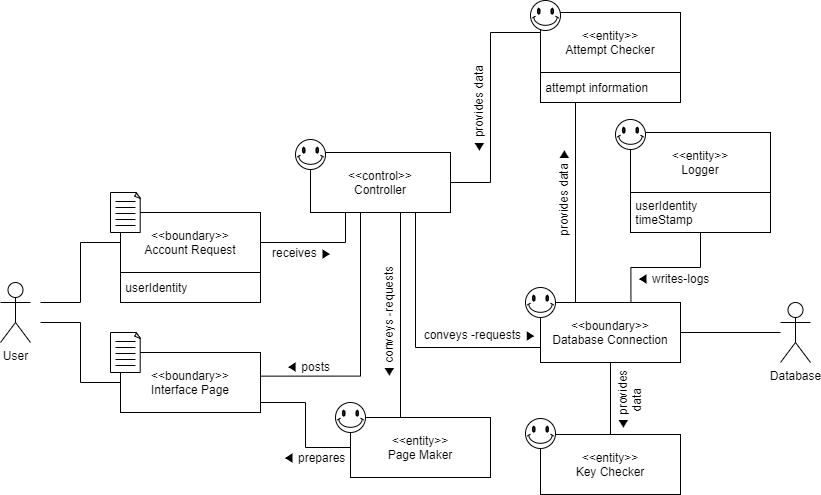
This is docs/DomainModels/diagrams/DM-UC-01.png from youngkwon02/Enhanced-library-management, a draw.io export, as it was before one commit. Source tidied: cells renumbered, new cells last; positions are measured from the earlier drawing's top-left corner, leaving out a move shared by most shapes.
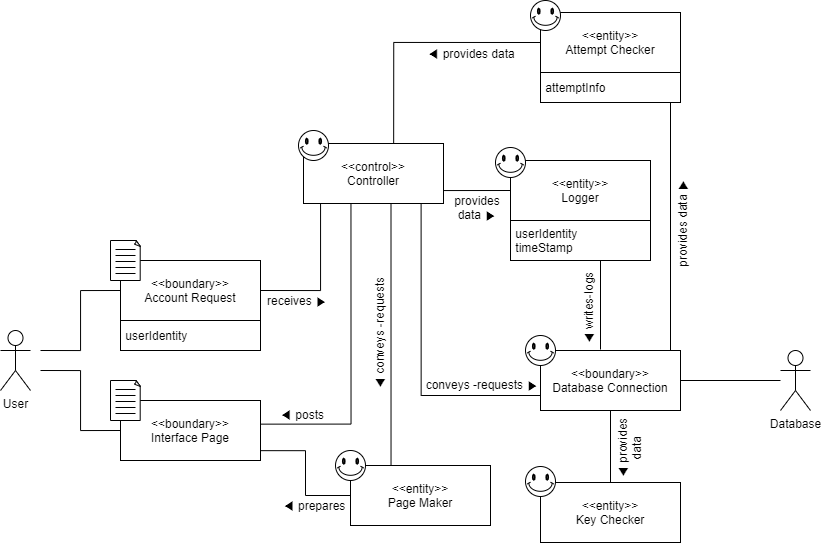
Later version of the same file.

Change to the diagram source:
```diff
@@ -5,36 +5,37 @@
     <mxCell id="2" value="Database" style="shape=umlActor;verticalLabelPosition=bottom;verticalAlign=top;html=1;outlineConnect=0;" parent="1" vertex="1">
       <mxGeometry x="780" y="302" width="30" height="60" as="geometry" />
     </mxCell>
-    <mxCell id="3" style="edgeStyle=orthogonalEdgeStyle;rounded=0;jettySize=auto;html=1;exitX=1;exitY=0.5;exitDx=0;exitDy=0;entryX=0;entryY=0.5;entryDx=0;entryDy=0;startArrow=none;startFill=0;endArrow=none;endFill=0;" parent="1" edge="1" source="7" target="20">
-      <mxGeometry relative="1" as="geometry">
-        <Array as="points">
-          <mxPoint x="490" y="182" />
-          <mxPoint x="490" y="32" />
-          <mxPoint x="540" y="32" />
-        </Array>
-      </mxGeometry>
-    </mxCell>
-    <mxCell id="4" style="edgeStyle=orthogonalEdgeStyle;rounded=0;jettySize=auto;html=1;exitX=0.75;exitY=1;exitDx=0;exitDy=0;entryX=0;entryY=0.75;entryDx=0;entryDy=0;startArrow=none;startFill=0;endArrow=none;endFill=0;" parent="1" edge="1" source="7" target="16">
-      <mxGeometry relative="1" as="geometry" />
+    <mxCell id="4" style="edgeStyle=orthogonalEdgeStyle;rounded=0;jettySize=auto;html=1;exitX=0.84;exitY=0.995;exitDx=0;exitDy=0;entryX=0;entryY=0.75;entryDx=0;entryDy=0;startArrow=none;startFill=0;endArrow=none;endFill=0;exitPerimeter=0;" parent="1" edge="1" source="7" target="16">
+      <mxGeometry relative="1" as="geometry">
+        <Array as="points">
+          <mxPoint x="421" y="347" />
+        </Array>
+      </mxGeometry>
     </mxCell>
-    <mxCell id="5" style="edgeStyle=orthogonalEdgeStyle;rounded=0;jettySize=auto;html=1;exitX=0.5;exitY=1;exitDx=0;exitDy=0;entryX=0.22;entryY=0.028;entryDx=0;entryDy=0;entryPerimeter=0;startArrow=none;startFill=0;endArrow=none;endFill=0;" parent="1" edge="1" source="7" target="8">
+    <mxCell id="5" style="edgeStyle=orthogonalEdgeStyle;rounded=0;jettySize=auto;html=1;exitX=0.625;exitY=1.002;exitDx=0;exitDy=0;entryX=0.287;entryY=0.008;entryDx=0;entryDy=0;entryPerimeter=0;startArrow=none;startFill=0;endArrow=none;endFill=0;exitPerimeter=0;" parent="1" edge="1" source="7" target="8">
       <mxGeometry relative="1" as="geometry">
         <Array as="points">
-          <mxPoint x="400" y="212" />
-          <mxPoint x="400" y="419" />
+          <mxPoint x="391" y="419" />
+          <mxPoint x="390" y="419" />
         </Array>
       </mxGeometry>
     </mxCell>
-    <mxCell id="6" style="edgeStyle=orthogonalEdgeStyle;rounded=0;jettySize=auto;html=1;exitX=0.5;exitY=1;exitDx=0;exitDy=0;entryX=1.003;entryY=0.394;entryDx=0;entryDy=0;entryPerimeter=0;startArrow=none;startFill=0;endArrow=none;endFill=0;" parent="1" edge="1" source="7" target="13">
+    <mxCell id="6" style="edgeStyle=orthogonalEdgeStyle;rounded=0;jettySize=auto;html=1;exitX=0.339;exitY=1.014;exitDx=0;exitDy=0;entryX=1.003;entryY=0.394;entryDx=0;entryDy=0;entryPerimeter=0;startArrow=none;startFill=0;endArrow=none;endFill=0;exitPerimeter=0;" parent="1" edge="1" source="7" target="13">
       <mxGeometry relative="1" as="geometry">
         <Array as="points">
-          <mxPoint x="360" y="212" />
-          <mxPoint x="360" y="376" />
+          <mxPoint x="351" y="376" />
         </Array>
       </mxGeometry>
     </mxCell>
+    <mxCell id="61" style="edgeStyle=orthogonalEdgeStyle;rounded=0;jettySize=auto;html=1;exitX=1;exitY=0.75;exitDx=0;exitDy=0;startArrow=none;startFill=0;endArrow=none;endFill=0;entryX=0;entryY=0.5;entryDx=0;entryDy=0;" parent="1" edge="1" source="7" target="23">
+      <mxGeometry relative="1" as="geometry">
+        <Array as="points">
+          <mxPoint x="443" y="142" />
+        </Array>
+      </mxGeometry>
+    </mxCell>
     <mxCell id="7" value="&amp;lt;&amp;lt;control&amp;gt;&amp;gt;&lt;br&gt;Controller" style="rounded=0;whiteSpace=wrap;html=1;" parent="1" vertex="1">
-      <mxGeometry x="310" y="152" width="140" height="60" as="geometry" />
+      <mxGeometry x="303" y="95" width="140" height="60" as="geometry" />
     </mxCell>
     <mxCell id="8" value="&amp;lt;&amp;lt;entity&amp;gt;&amp;gt;&lt;br&gt;Page Maker" style="rounded=0;whiteSpace=wrap;html=1;" parent="1" vertex="1">
       <mxGeometry x="350" y="417" width="140" height="60" as="geometry" />
@@ -51,20 +52,18 @@
         <mxPoint x="45" y="77" as="targetPoint" />
       </mxGeometry>
     </mxCell>
-    <mxCell id="11" style="edgeStyle=orthogonalEdgeStyle;rounded=0;jettySize=auto;html=1;exitX=1;exitY=0.5;exitDx=0;exitDy=0;entryX=0;entryY=0.5;entryDx=0;entryDy=0;startArrow=none;startFill=0;endArrow=none;endFill=0;" parent="1" edge="1" source="13" target="8">
+    <mxCell id="11" style="edgeStyle=orthogonalEdgeStyle;rounded=0;jettySize=auto;html=1;exitX=0.997;exitY=0.836;exitDx=0;exitDy=0;entryX=0;entryY=0.5;entryDx=0;entryDy=0;startArrow=none;startFill=0;endArrow=none;endFill=0;exitPerimeter=0;" parent="1" edge="1" source="13" target="8">
       <mxGeometry relative="1" as="geometry">
         <Array as="points">
-          <mxPoint x="260" y="402" />
           <mxPoint x="305" y="402" />
           <mxPoint x="305" y="447" />
         </Array>
       </mxGeometry>
     </mxCell>
-    <mxCell id="12" style="edgeStyle=orthogonalEdgeStyle;rounded=0;jettySize=auto;html=1;exitX=0;exitY=0.25;exitDx=0;exitDy=0;startArrow=none;startFill=0;endArrow=none;endFill=0;" parent="1" edge="1" source="13">
+    <mxCell id="12" style="edgeStyle=orthogonalEdgeStyle;rounded=0;jettySize=auto;html=1;exitX=0;exitY=0.5;exitDx=0;exitDy=0;startArrow=none;startFill=0;endArrow=none;endFill=0;" parent="1" edge="1" source="13">
       <mxGeometry relative="1" as="geometry">
         <mxPoint x="40" y="322" as="targetPoint" />
         <Array as="points">
-          <mxPoint x="120" y="382" />
           <mxPoint x="80" y="382" />
           <mxPoint x="80" y="322" />
         </Array>
@@ -89,16 +88,16 @@
       <mxGeometry y="282" width="30" height="60" as="geometry" />
     </mxCell>
     <mxCell id="19" style="group;" parent="1" vertex="1">
-      <mxGeometry x="540" y="12" width="140" height="90" as="geometry" />
+      <mxGeometry x="540" y="-36" width="140" height="90" as="geometry" />
     </mxCell>
     <mxCell id="20" value="&amp;lt;&amp;lt;entity&amp;gt;&amp;gt;&lt;br&gt;Attempt Checker" style="rounded=0;whiteSpace=wrap;html=1;" parent="19" vertex="1">
       <mxGeometry width="140" height="60" as="geometry" />
     </mxCell>
-    <mxCell id="21" value="&amp;nbsp;attempt information" style="rounded=0;whiteSpace=wrap;html=1;align=left;" parent="19" vertex="1">
+    <mxCell id="21" value="&amp;nbsp;attemptInfo" style="rounded=0;whiteSpace=wrap;html=1;align=left;" parent="19" vertex="1">
       <mxGeometry y="60" width="140" height="30" as="geometry" />
     </mxCell>
     <mxCell id="22" style="group;" parent="1" vertex="1">
-      <mxGeometry x="630" y="132" width="140" height="100" as="geometry" />
+      <mxGeometry x="510" y="112" width="140" height="100" as="geometry" />
     </mxCell>
     <mxCell id="23" value="&amp;lt;&amp;lt;entity&amp;gt;&amp;gt;&lt;br&gt;Logger" style="rounded=0;whiteSpace=wrap;html=1;" parent="22" vertex="1">
       <mxGeometry width="140" height="60" as="geometry" />
@@ -118,11 +117,24 @@
     <mxCell id="28" value="&amp;nbsp;userIdentity" style="rounded=0;whiteSpace=wrap;html=1;align=left;" parent="26" vertex="1">
       <mxGeometry y="60" width="140" height="30" as="geometry" />
     </mxCell>
-    <mxCell id="29" style="edgeStyle=orthogonalEdgeStyle;rounded=0;jettySize=auto;html=1;exitX=1;exitY=0.5;exitDx=0;exitDy=0;entryX=0.25;entryY=1;entryDx=0;entryDy=0;startArrow=none;startFill=0;endArrow=none;endFill=0;" parent="1" edge="1" source="27" target="7">
-      <mxGeometry relative="1" as="geometry" />
+    <mxCell id="29" style="edgeStyle=orthogonalEdgeStyle;rounded=0;jettySize=auto;html=1;exitX=1;exitY=0.5;exitDx=0;exitDy=0;startArrow=none;startFill=0;endArrow=none;endFill=0;" parent="1" edge="1" source="27">
+      <mxGeometry relative="1" as="geometry">
+        <mxPoint x="320" y="155" as="targetPoint" />
+        <Array as="points">
+          <mxPoint x="320" y="242" />
+          <mxPoint x="320" y="155" />
+        </Array>
+      </mxGeometry>
     </mxCell>
-    <mxCell id="30" style="edgeStyle=orthogonalEdgeStyle;rounded=0;jettySize=auto;html=1;exitX=0.5;exitY=1;exitDx=0;exitDy=0;entryX=0.646;entryY=-0.01;entryDx=0;entryDy=0;startArrow=none;startFill=0;endArrow=none;endFill=0;entryPerimeter=0;" parent="1" edge="1" source="24" target="16">
-      <mxGeometry relative="1" as="geometry" />
+    <mxCell id="30" style="edgeStyle=orthogonalEdgeStyle;rounded=0;orthogonalLoop=1;jettySize=auto;html=1;startArrow=none;startFill=0;endArrow=none;endFill=0;" parent="1" edge="1">
+      <mxGeometry relative="1" as="geometry">
+        <mxPoint x="600" y="212" as="sourcePoint" />
+        <mxPoint x="600" y="301" as="targetPoint" />
+        <Array as="points">
+          <mxPoint x="600" y="212" />
+          <mxPoint x="600" y="301" />
+        </Array>
+      </mxGeometry>
     </mxCell>
     <mxCell id="31" style="edgeStyle=orthogonalEdgeStyle;rounded=0;jettySize=auto;html=1;exitX=0;exitY=0.5;exitDx=0;exitDy=0;startArrow=none;startFill=0;endArrow=none;endFill=0;" parent="1" edge="1" source="27">
       <mxGeometry relative="1" as="geometry">
@@ -133,11 +145,18 @@
         </Array>
       </mxGeometry>
     </mxCell>
-    <mxCell id="32" style="edgeStyle=orthogonalEdgeStyle;rounded=0;jettySize=auto;html=1;exitX=0.25;exitY=1;exitDx=0;exitDy=0;entryX=0.25;entryY=0;entryDx=0;entryDy=0;startArrow=none;startFill=0;endArrow=none;endFill=0;" parent="1" edge="1" source="21" target="16">
-      <mxGeometry relative="1" as="geometry" />
+    <mxCell id="32" style="edgeStyle=orthogonalEdgeStyle;rounded=0;orthogonalLoop=1;jettySize=auto;html=1;startArrow=none;startFill=0;endArrow=none;endFill=0;" parent="1" edge="1">
+      <mxGeometry relative="1" as="geometry">
+        <mxPoint x="670" y="54" as="sourcePoint" />
+        <mxPoint x="670" y="302" as="targetPoint" />
+        <Array as="points">
+          <mxPoint x="670" y="54" />
+          <mxPoint x="670" y="302" />
+        </Array>
+      </mxGeometry>
     </mxCell>
     <mxCell id="33" style="verticalLabelPosition=bottom;verticalAlign=top;html=1;shape=mxgraph.basic.smiley;" parent="1" vertex="1">
-      <mxGeometry x="295" y="139" width="30" height="30" as="geometry" />
+      <mxGeometry x="298" y="82" width="30" height="30" as="geometry" />
     </mxCell>
     <mxCell id="34" style="group;" parent="1" vertex="1">
       <mxGeometry x="110" y="192" width="30" height="40" as="geometry" />
@@ -212,7 +231,7 @@
       </mxGeometry>
     </mxCell>
     <mxCell id="48" style="verticalLabelPosition=bottom;verticalAlign=top;html=1;shape=mxgraph.basic.smiley;" parent="1" vertex="1">
-      <mxGeometry x="530" width="30" height="30" as="geometry" />
+      <mxGeometry x="530" y="-48" width="30" height="30" as="geometry" />
     </mxCell>
     <mxCell id="49" style="verticalLabelPosition=bottom;verticalAlign=top;html=1;shape=mxgraph.basic.smiley;" parent="1" vertex="1">
       <mxGeometry x="525" y="287" width="30" height="30" as="geometry" />
@@ -224,31 +243,37 @@
       <mxGeometry x="525" y="418" width="30" height="30" as="geometry" />
     </mxCell>
     <mxCell id="52" value="◀ conveys -requests" style="text;html=1;strokeColor=none;fillColor=none;align=center;verticalAlign=middle;whiteSpace=wrap;rounded=0;rotation=-90;" parent="1" vertex="1">
-      <mxGeometry x="323" y="312" width="130" height="20" as="geometry" />
+      <mxGeometry x="314" y="275" width="130" height="20" as="geometry" />
     </mxCell>
     <mxCell id="53" value="◀ prepares" style="text;html=1;strokeColor=none;fillColor=none;align=center;verticalAlign=middle;whiteSpace=wrap;rounded=0;" parent="1" vertex="1">
       <mxGeometry x="281" y="447" width="66" height="20" as="geometry" />
     </mxCell>
     <mxCell id="54" value="receives ▶" style="text;html=1;strokeColor=none;fillColor=none;align=center;verticalAlign=middle;whiteSpace=wrap;rounded=0;" parent="1" vertex="1">
-      <mxGeometry x="269" y="242" width="66" height="20" as="geometry" />
+      <mxGeometry x="264" y="242" width="66" height="20" as="geometry" />
     </mxCell>
     <mxCell id="55" value="conveys -requests ▶" style="text;html=1;strokeColor=none;fillColor=none;align=center;verticalAlign=middle;whiteSpace=wrap;rounded=0;rotation=0;" parent="1" vertex="1">
-      <mxGeometry x="415" y="324" width="130" height="20" as="geometry" />
+      <mxGeometry x="417" y="326" width="130" height="20" as="geometry" />
     </mxCell>
-    <mxCell id="56" value="◀ writes-logs" style="text;html=1;strokeColor=none;fillColor=none;align=center;verticalAlign=middle;whiteSpace=wrap;rounded=0;" parent="1" vertex="1">
-      <mxGeometry x="623" y="268" width="100" height="20" as="geometry" />
+    <mxCell id="56" value="◀ writes-logs" style="text;html=1;strokeColor=none;fillColor=none;align=center;verticalAlign=middle;whiteSpace=wrap;rounded=0;rotation=-90;" parent="1" vertex="1">
+      <mxGeometry x="538" y="250" width="100" height="20" as="geometry" />
     </mxCell>
     <mxCell id="57" value="provides data ▶" style="text;html=1;strokeColor=none;fillColor=none;align=center;verticalAlign=middle;whiteSpace=wrap;rounded=0;rotation=-90;" parent="1" vertex="1">
-      <mxGeometry x="498" y="182" width="130" height="20" as="geometry" />
+      <mxGeometry x="617" y="165" width="130" height="20" as="geometry" />
     </mxCell>
     <mxCell id="58" value="◀ provides&lt;br&gt;data" style="text;html=1;strokeColor=none;fillColor=none;align=center;verticalAlign=middle;whiteSpace=wrap;rounded=0;rotation=-90;" parent="1" vertex="1">
       <mxGeometry x="591" y="390" width="76" height="20" as="geometry" />
     </mxCell>
-    <mxCell id="59" value="◀ provides data" style="text;html=1;strokeColor=none;fillColor=none;align=center;verticalAlign=middle;whiteSpace=wrap;rounded=0;rotation=-90;" parent="1" vertex="1">
-      <mxGeometry x="413" y="99" width="130" height="20" as="geometry" />
+    <mxCell id="59" value="◀ provides data" style="text;html=1;strokeColor=none;fillColor=none;align=center;verticalAlign=middle;whiteSpace=wrap;rounded=0;rotation=0;" parent="1" vertex="1">
+      <mxGeometry x="406" y="-5" width="130" height="20" as="geometry" />
     </mxCell>
     <mxCell id="60" value="◀ posts" style="text;html=1;strokeColor=none;fillColor=none;align=center;verticalAlign=middle;whiteSpace=wrap;rounded=0;" parent="1" vertex="1">
-      <mxGeometry x="275" y="356" width="66" height="20" as="geometry" />
+      <mxGeometry x="269" y="356" width="66" height="20" as="geometry" />
     </mxCell>
+    <mxCell id="62" style="edgeStyle=orthogonalEdgeStyle;rounded=0;jettySize=auto;html=1;exitX=0;exitY=0.5;exitDx=0;exitDy=0;entryX=0.644;entryY=0;entryDx=0;entryDy=0;entryPerimeter=0;startArrow=none;startFill=0;endArrow=none;endFill=0;" parent="1" edge="1" source="20" target="7">
+      <mxGeometry relative="1" as="geometry" />
+    </mxCell>
+    <mxCell id="63" value="provides&lt;br&gt;data ▶" style="text;html=1;strokeColor=none;fillColor=none;align=center;verticalAlign=middle;whiteSpace=wrap;rounded=0;rotation=0;" parent="1" vertex="1">
+      <mxGeometry x="444" y="149" width="66" height="20" as="geometry" />
+    </mxCell>
   </root>
 </mxGraphModel>
```
